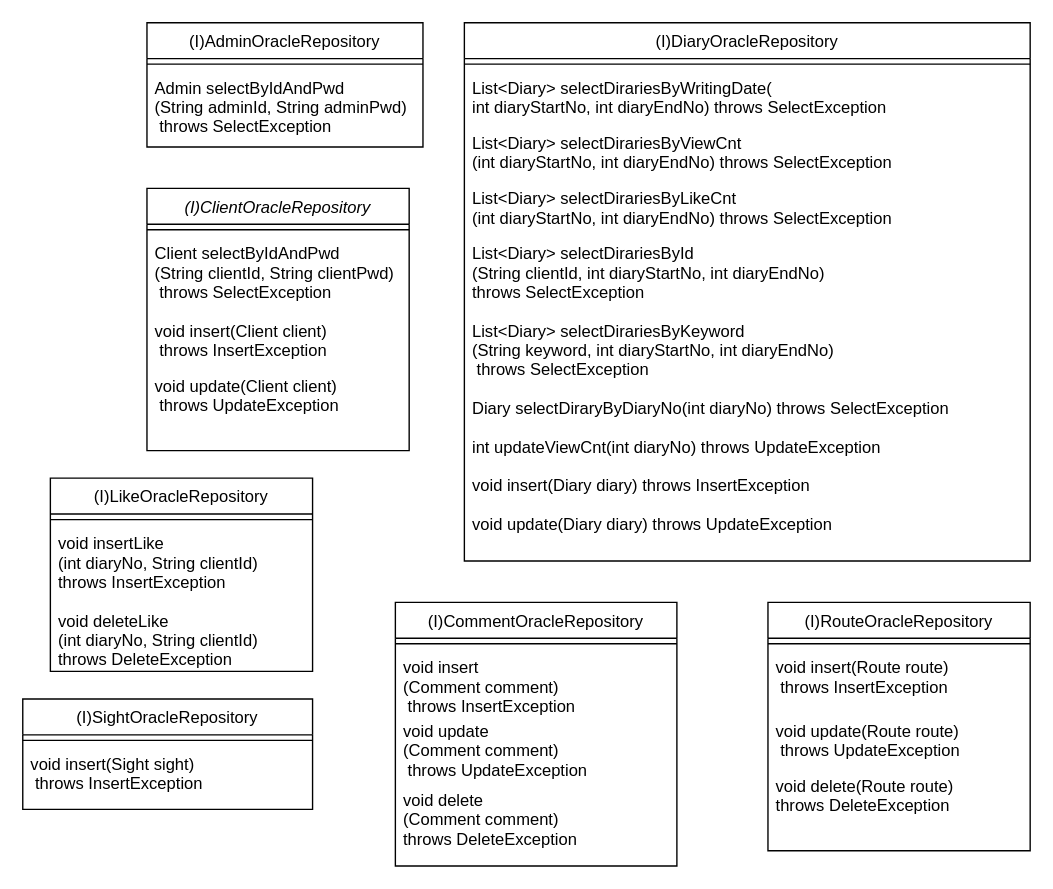
The draw.io diagram document/repository_class_diagram.drawio in RouteDiary/route-diary, before the edit. Source tidied: cells renumbered, new cells numbered last; positions are measured from the earlier drawing's top-left corner, leaving out a move shared by most shapes. Both pictures are drawn from the tidied source at 138%, with x=0, y=0 at pixel (22, 22).
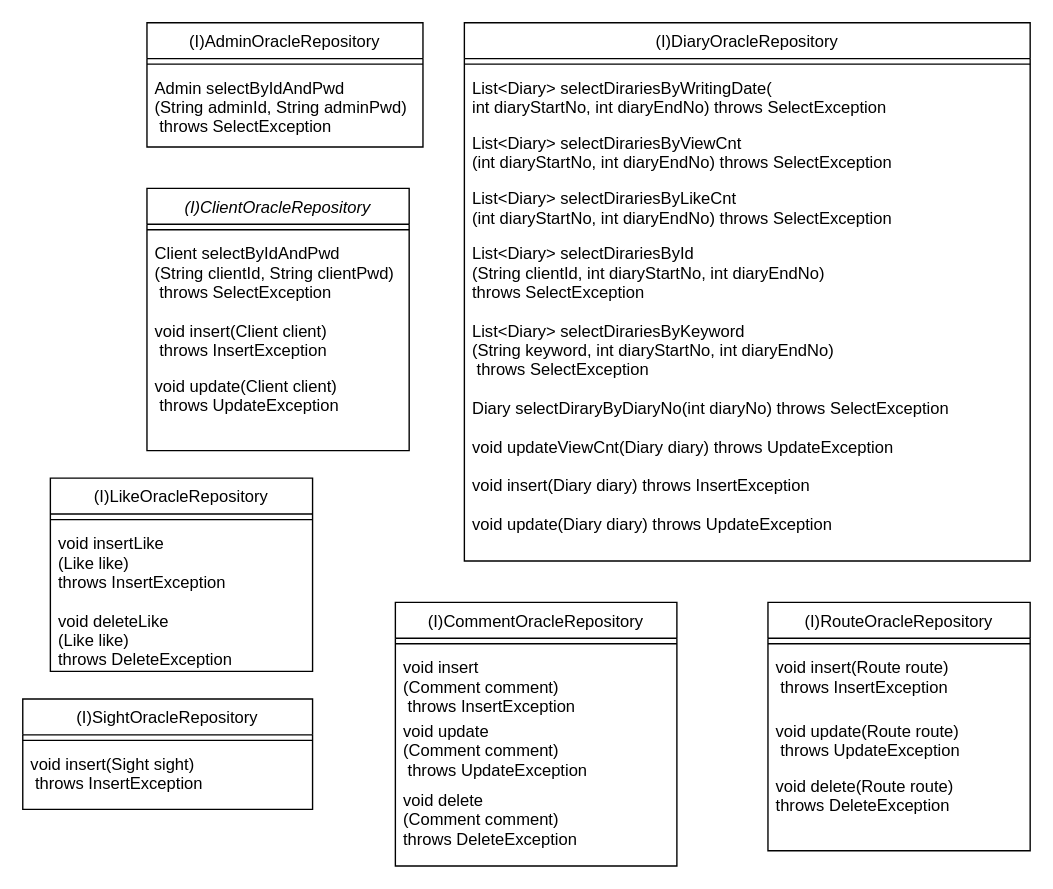
After the change.

Unchanged cells that the change refers to:
```xml
<mxCell id="7" value="(I)DiaryOracleRepository" style="swimlane;fontStyle=0;align=center;verticalAlign=top;horizontal=1;startSize=26;rounded=0;shadow=0;strokeWidth=1;" parent="1" vertex="1">
  <mxGeometry x="320" width="410" height="390" as="geometry" />
</mxCell>
<mxCell id="26" value="(I)LikeOracleRepository" style="swimlane;fontStyle=0;align=center;verticalAlign=top;horizontal=1;startSize=26;rounded=0;shadow=0;strokeWidth=1;" parent="1" vertex="1">
  <mxGeometry x="20" y="330" width="190" height="140" as="geometry" />
</mxCell>
```

Change to the diagram source:
```diff
@@
-    <mxCell id="15" value="int updateViewCnt(int diaryNo) throws UpdateException" style="text;align=left;verticalAlign=top;spacingLeft=4;spacingRight=4;overflow=hidden;" parent="7" vertex="1">
+    <mxCell id="15" value="void updateViewCnt(Diary diary) throws UpdateException" style="text;align=left;verticalAlign=top;spacingLeft=4;spacingRight=4;overflow=hidden;" parent="7" vertex="1">
       <mxGeometry y="294" width="410" height="28" as="geometry" />
     </mxCell>
@@
-    <mxCell id="28" value="void insertLike&#10;(int diaryNo, String clientId)&#10;throws InsertException" style="text;align=left;verticalAlign=top;spacingLeft=4;spacingRight=4;overflow=hidden;" parent="26" vertex="1">
+    <mxCell id="28" value="void insertLike&#10;(Like like)&#10;throws InsertException" style="text;align=left;verticalAlign=top;spacingLeft=4;spacingRight=4;overflow=hidden;" parent="26" vertex="1">
       <mxGeometry y="34" width="190" height="56" as="geometry" />
     </mxCell>
-    <mxCell id="29" value="void deleteLike&#10;(int diaryNo, String clientId)&#10;throws DeleteException&#10;" style="text;align=left;verticalAlign=top;spacingLeft=4;spacingRight=4;overflow=hidden;" parent="26" vertex="1">
+    <mxCell id="29" value="void deleteLike&#10;(Like like)&#10;throws DeleteException&#10;" style="text;align=left;verticalAlign=top;spacingLeft=4;spacingRight=4;overflow=hidden;" parent="26" vertex="1">
       <mxGeometry y="90" width="190" height="50" as="geometry" />
     </mxCell>
```
